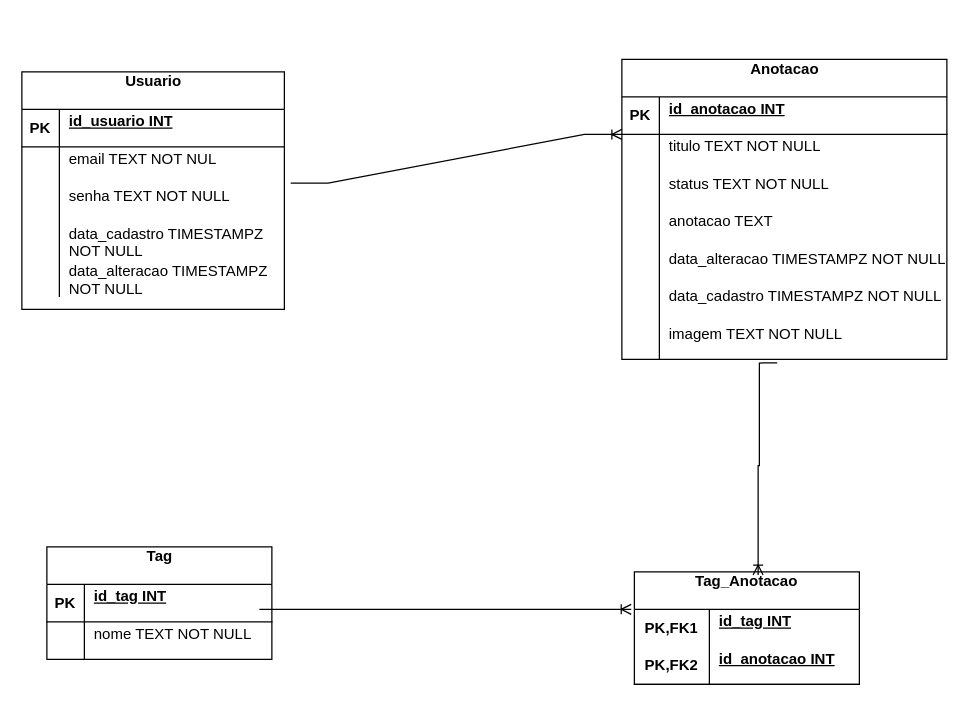
Before: page "Fisico Bugou mais complica" (3 of 3) of Modelagem/Bugou mais compila .drawio in biakevedo/ProjetoFinal, a draw.io diagram. Source tidied: cells renumbered, new cells numbered last; positions are measured from the earlier drawing's top-left corner, leaving out a move shared by most shapes. Both pictures are drawn from the tidied source at 125%, with x=0, y=0 at pixel (21, 59).
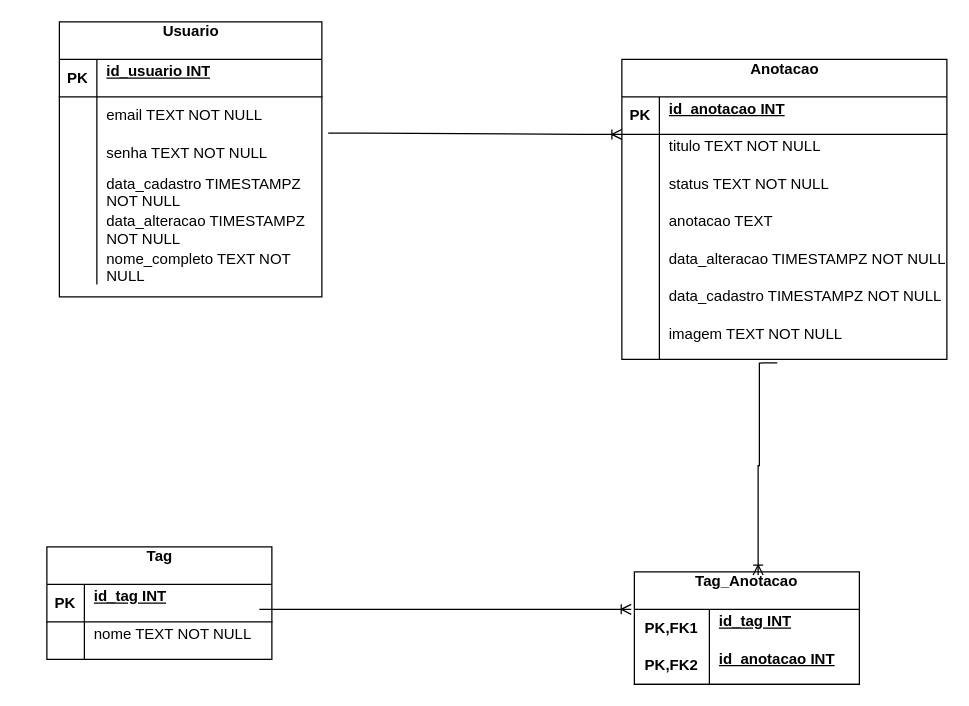
Above is the later version.

Commit message (it also covers changes not shown here):
:sparkles: adicao de endpoint de filtro e adicao de tag no controller para o swagger

The change refers to these unchanged cells:
```xml
<mxCell id="6" style="shape=tableRow;horizontal=0;startSize=0;swimlaneHead=0;swimlaneBody=0;fillColor=none;top=0;left=0;right=0;bottom=0;" parent="2" vertex="1">
  <mxGeometry y="60" width="210" height="30" as="geometry" />
</mxCell>
<mxCell id="9" style="shape=tableRow;horizontal=0;startSize=0;swimlaneHead=0;swimlaneBody=0;fillColor=none;points=[[0,0.5],[1,0.5]];portConstraint=eastwest;top=0;left=0;right=0;bottom=0;" parent="2" vertex="1">
  <mxGeometry y="90" width="210" height="30" as="geometry" />
</mxCell>
<mxCell id="12" style="shape=tableRow;horizontal=0;startSize=0;swimlaneHead=0;swimlaneBody=0;fillColor=none;top=0;left=0;right=0;bottom=0;" parent="2" vertex="1">
  <mxGeometry y="120" width="210" height="30" as="geometry" />
</mxCell>
<mxCell id="15" style="shape=tableRow;horizontal=0;startSize=0;swimlaneHead=0;swimlaneBody=0;fillColor=none;top=0;left=0;right=0;bottom=0;" parent="2" vertex="1">
  <mxGeometry y="150" width="210" height="30" as="geometry" />
</mxCell>
```

What changed in the source:
```diff
@@
     <mxCell id="2" value="Usuario&lt;div&gt;&lt;br&gt;&lt;/div&gt;" style="shape=table;startSize=30;childLayout=tableLayout;rowLines=0;fontStyle=1;align=center;html=1;" parent="1" vertex="1">
-      <mxGeometry y="10" width="210" height="190" as="geometry" />
+      <mxGeometry x="30" y="-30" width="210" height="220" as="geometry" />
     </mxCell>
@@
-    <mxCell id="8" value="email TEXT NOT NUL&lt;div&gt;&lt;br&gt;&lt;div&gt;&lt;br&gt;&lt;/div&gt;&lt;/div&gt;" style="shape=partialRectangle;fillColor=none;top=0;left=0;bottom=0;right=0;align=left;spacingLeft=6;overflow=hidden;whiteSpace=wrap;html=1;" parent="6" vertex="1">
+    <mxCell id="8" value="email TEXT NOT NULL" style="shape=partialRectangle;fillColor=none;top=0;left=0;bottom=0;right=0;align=left;spacingLeft=6;overflow=hidden;whiteSpace=wrap;html=1;" parent="6" vertex="1">
       <mxGeometry x="30" width="180" height="30" as="geometry" />
     </mxCell>
@@
-    <mxCell id="11" value="&lt;div&gt;senha TEXT NOT NULL&lt;/div&gt;&lt;div&gt;&amp;nbsp;&lt;/div&gt;&lt;div&gt;&lt;br&gt;&lt;/div&gt;" style="shape=partialRectangle;fillColor=none;top=0;left=0;bottom=0;right=0;align=left;spacingLeft=6;overflow=hidden;whiteSpace=wrap;html=1;" parent="9" vertex="1">
+    <mxCell id="11" value="&lt;div&gt;senha TEXT NOT NULL&lt;/div&gt;" style="shape=partialRectangle;fillColor=none;top=0;left=0;bottom=0;right=0;align=left;spacingLeft=6;overflow=hidden;whiteSpace=wrap;html=1;" parent="9" vertex="1">
       <mxGeometry x="30" width="180" height="30" as="geometry" />
     </mxCell>
@@
-    <mxCell id="14" value="&lt;div&gt;data_cadastro TIMESTAMPZ NOT NULL&lt;/div&gt;&lt;div&gt;&amp;nbsp;&lt;/div&gt;&lt;div&gt;&lt;br&gt;&lt;/div&gt;" style="shape=partialRectangle;fillColor=none;top=0;left=0;bottom=0;right=0;align=left;spacingLeft=6;overflow=hidden;whiteSpace=wrap;html=1;" parent="12" vertex="1">
+    <mxCell id="14" value="&lt;div&gt;data_cadastro TIMESTAMPZ NOT NULL&lt;/div&gt;&lt;div&gt;&lt;br&gt;&lt;/div&gt;" style="shape=partialRectangle;fillColor=none;top=0;left=0;bottom=0;right=0;align=left;spacingLeft=6;overflow=hidden;whiteSpace=wrap;html=1;" parent="12" vertex="1">
       <mxGeometry x="30" width="180" height="30" as="geometry" />
     </mxCell>
@@
-    <mxCell id="17" value="&lt;div&gt;data_alteracao TIMESTAMPZ NOT NULL&lt;/div&gt;&lt;div&gt;&lt;br&gt;&lt;/div&gt;&lt;div&gt;&lt;br&gt;&lt;/div&gt;" style="shape=partialRectangle;fillColor=none;top=0;left=0;bottom=0;right=0;align=left;spacingLeft=6;overflow=hidden;whiteSpace=wrap;html=1;" parent="15" vertex="1">
+    <mxCell id="17" value="&lt;div&gt;data_alteracao TIMESTAMPZ NOT NULL&lt;/div&gt;&lt;div&gt;&lt;br&gt;&lt;/div&gt;" style="shape=partialRectangle;fillColor=none;top=0;left=0;bottom=0;right=0;align=left;spacingLeft=6;overflow=hidden;whiteSpace=wrap;html=1;" parent="15" vertex="1">
       <mxGeometry x="30" width="180" height="30" as="geometry" />
     </mxCell>
+    <mxCell id="57" style="shape=tableRow;horizontal=0;startSize=0;swimlaneHead=0;swimlaneBody=0;fillColor=none;top=0;left=0;right=0;bottom=0;" parent="2" vertex="1">
+      <mxGeometry y="180" width="210" height="30" as="geometry" />
+    </mxCell>
+    <mxCell id="58" style="shape=partialRectangle;fillColor=none;top=0;left=0;bottom=0;right=0;overflow=hidden;whiteSpace=wrap;html=1;" parent="57" vertex="1">
+      <mxGeometry width="30" height="30" as="geometry" />
+    </mxCell>
+    <mxCell id="59" value="&lt;div&gt;nome_completo TEXT NOT NULL&lt;/div&gt;&lt;div&gt;&lt;br&gt;&lt;/div&gt;" style="shape=partialRectangle;fillColor=none;top=0;left=0;bottom=0;right=0;align=left;spacingLeft=6;overflow=hidden;whiteSpace=wrap;html=1;" parent="57" vertex="1">
+      <mxGeometry x="30" width="180" height="30" as="geometry" />
+    </mxCell>
```
